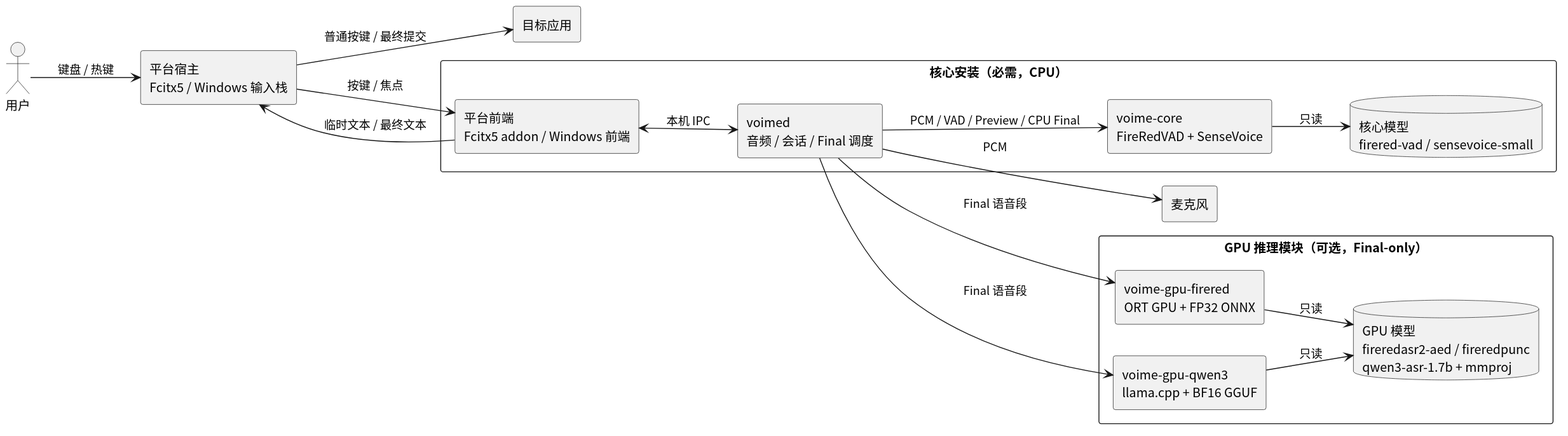
The PlantUML diagram diagram/general-architecture.svg in 54m43lJ/voime, before a commit.
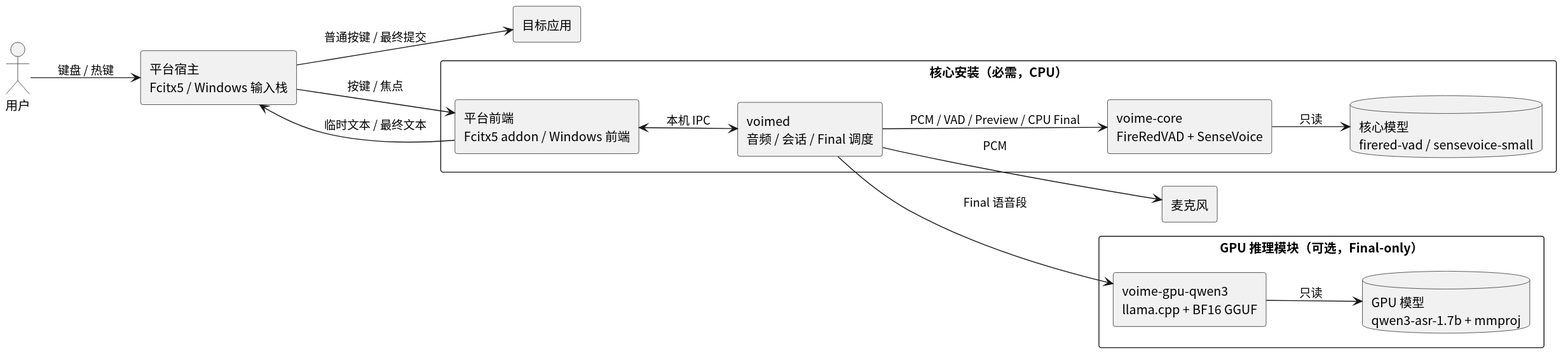
The same file after the commit.

What changed in the source:
```diff
@@ -18,9 +18,8 @@
 }
 
 package "GPU 推理模块（可选，Final-only）" {
-  component "voime-gpu-firered\nORT GPU + FP32 ONNX" as Firered
   component "voime-gpu-qwen3\nllama.cpp + BF16 GGUF" as Qwen
-  database "GPU 模型\nfireredasr2-aed / fireredpunc\nqwen3-asr-1.7b + mmproj" as GpuModels
+  database "GPU 模型\nqwen3-asr-1.7b + mmproj" as GpuModels
 }
 
 User --> Host : 键盘 / 热键
@@ -31,8 +30,6 @@
 Daemon --> Core : PCM / VAD / Preview / CPU Final
 Core --> CoreModels : 只读
 Daemon --> Mic : PCM
-Daemon --> Firered : Final 语音段
 Daemon --> Qwen : Final 语音段
-Firered --> GpuModels : 只读
 Qwen --> GpuModels : 只读
 @enduml
```
